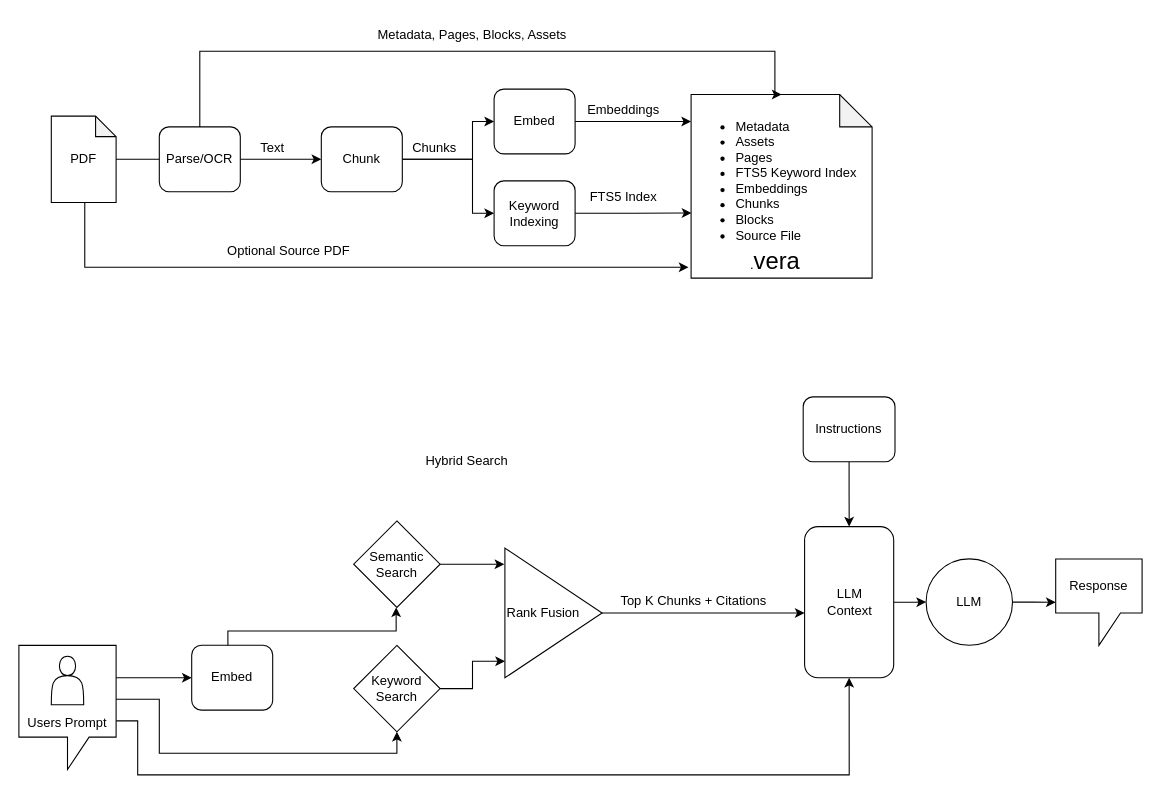
Earlier version of the draw.io diagram vera.drawio (dkylewillis/vera). Source tidied: cells renumbered, new cells numbered last; positions are measured from the earlier drawing's top-left corner, leaving out a move shared by most shapes. Both pictures are drawn from the tidied source at 108%, with x=0, y=0 at pixel (18, 18).
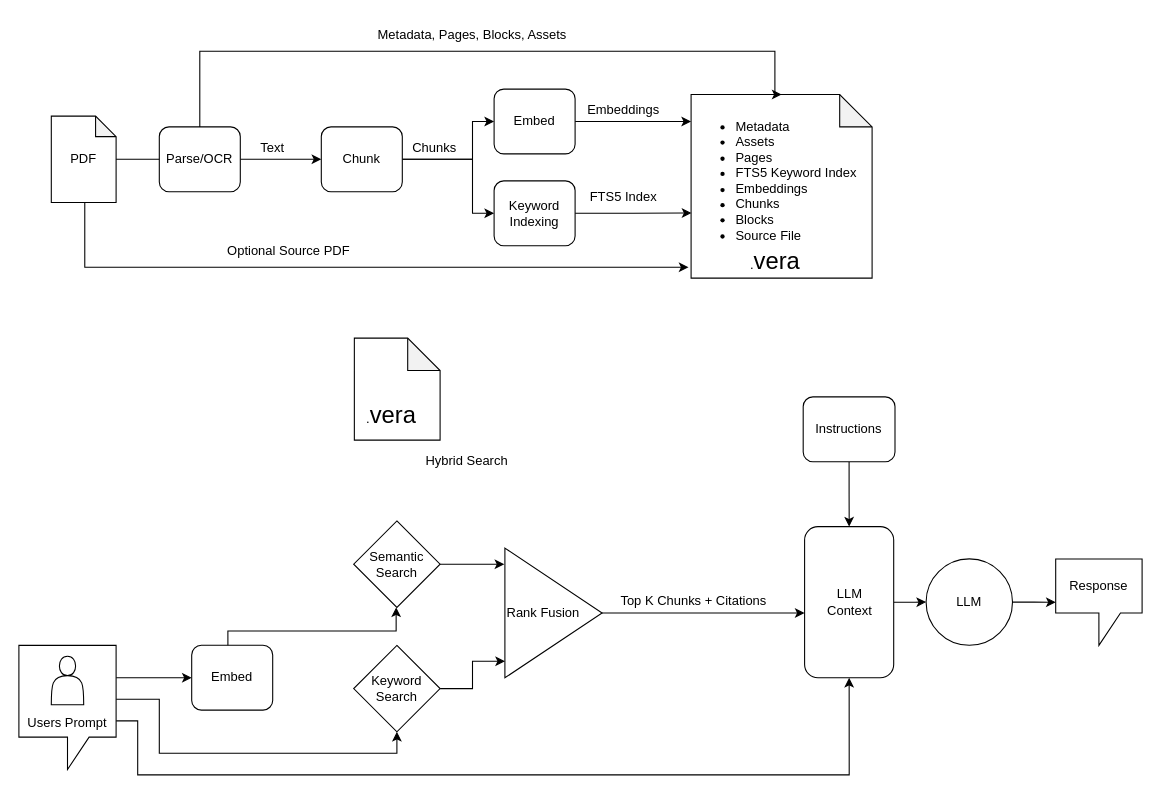
Above is the later version.

Change to the diagram source:
```diff
@@
+    <mxCell id="49" style="group;" parent="1" vertex="1">
+      <mxGeometry x="300" y="290" width="90" height="100" as="geometry" />
+    </mxCell>
+    <mxCell id="50" style="shape=note;whiteSpace=wrap;html=1;backgroundOutline=1;darkOpacity=0.05;strokeColor=light-dark(#000000,#FFCC99);" parent="49" vertex="1">
+      <mxGeometry x="10.6" y="5.6" width="79.4" height="94.4" as="geometry" />
+    </mxCell>
+    <mxCell id="51" value=".&lt;font style=&quot;font-size: 22px;&quot;&gt;vera&lt;/font&gt;" style="text;html=1;whiteSpace=wrap;strokeColor=none;fillColor=none;align=center;verticalAlign=middle;rounded=0;" parent="49" vertex="1">
+      <mxGeometry x="29.1" y="70" width="31.8" height="16.7" as="geometry" />
+    </mxCell>
```
